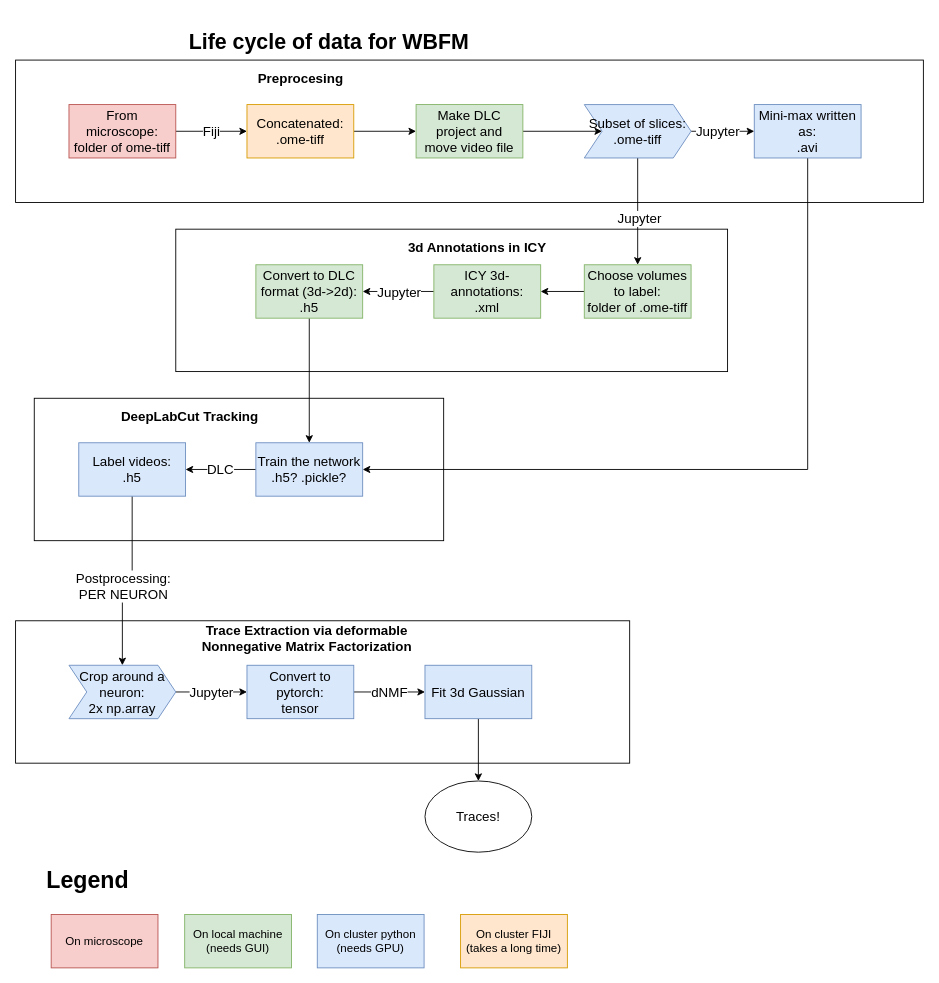
Above: page "WBFM_data" (2 of 2) of docs/Lifecycle_of_data_WBFM.drawio in ch9nuk9/wbfm (draw.io), before the change. Source tidied: cells renumbered, new cells numbered last; positions are measured from the earlier drawing's top-left corner, leaving out a move shared by most shapes. Both pictures are drawn from the tidied source at 89%, with x=0, y=0 at pixel (15, 24).
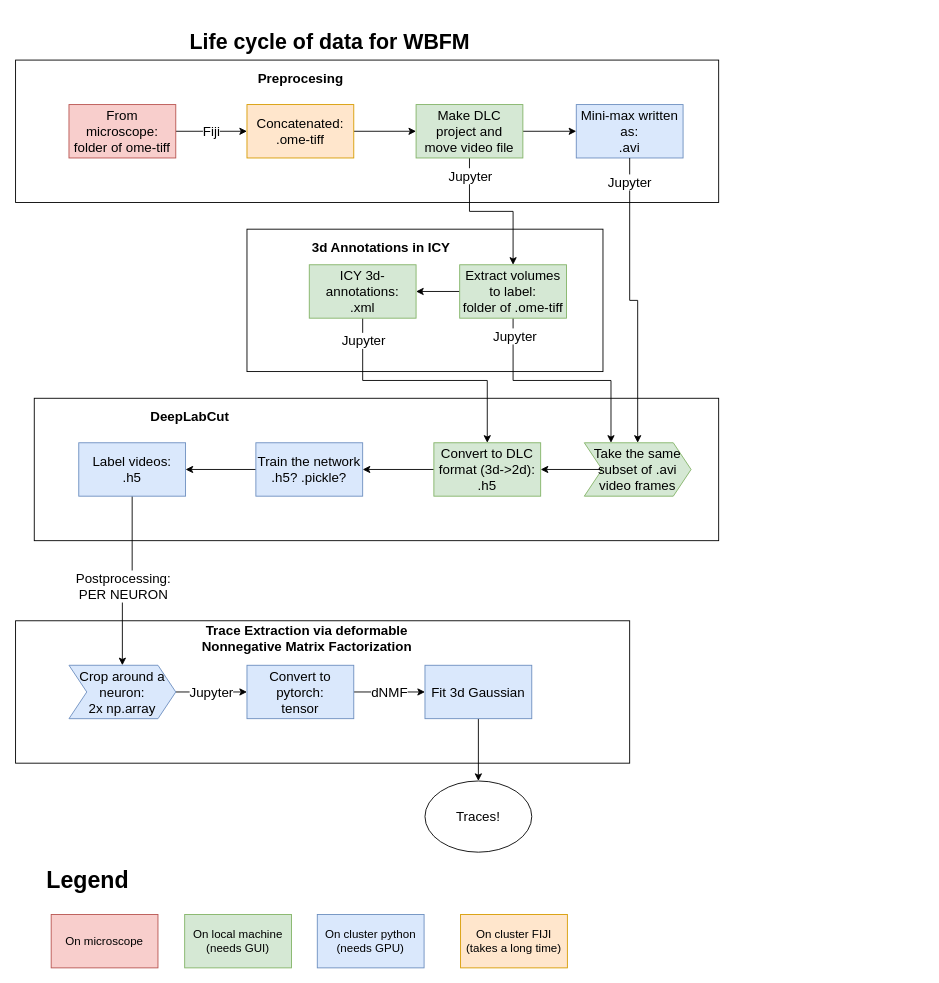
Above is the later version.

Commit message (it also covers changes not shown here):
Fix synchronization of 3d and 2d training data files

The change refers to these unchanged cells:
```xml
<mxCell id="17" value="Train the network&lt;br style=&quot;font-size: 15px;&quot;&gt;.h5? .pickle?" style="whiteSpace=wrap;html=1;rounded=0;fillColor=#dae8fc;strokeColor=#6c8ebf;fontSize=15;" parent="1" vertex="1">
  <mxGeometry x="270" y="470" width="120" height="60" as="geometry" />
</mxCell>
<mxCell id="20" value="Label videos:&lt;br style=&quot;font-size: 15px;&quot;&gt;.h5" style="whiteSpace=wrap;html=1;rounded=0;fillColor=#dae8fc;strokeColor=#6c8ebf;fontSize=15;" parent="1" vertex="1">
  <mxGeometry x="71" y="470" width="120" height="60" as="geometry" />
</mxCell>
<mxCell id="47" value="Make DLC project and&lt;br&gt;move video file" style="whiteSpace=wrap;html=1;rounded=0;fillColor=#d5e8d4;strokeColor=#82b366;fontSize=15;" parent="1" vertex="1">
  <mxGeometry x="450" y="90" width="120" height="60" as="geometry" />
</mxCell>
```

What changed in the source:
```diff
@@
     <mxCell id="2" style="rounded=0;whiteSpace=wrap;html=1;fontSize=15;" parent="1" vertex="1">
-      <mxGeometry x="180" y="230" width="620" height="160" as="geometry" />
+      <mxGeometry x="260" y="230" width="400" height="160" as="geometry" />
     </mxCell>
@@
     <mxCell id="5" style="rounded=0;whiteSpace=wrap;html=1;fontSize=15;" parent="1" vertex="1">
-      <mxGeometry x="21" y="420" width="460" height="160" as="geometry" />
+      <mxGeometry x="21" y="420" width="769" height="160" as="geometry" />
     </mxCell>
-    <mxCell id="6" value="&lt;b style=&quot;font-size: 15px;&quot;&gt;DeepLabCut Tracking&lt;/b&gt;" style="text;html=1;strokeColor=none;fillColor=none;align=center;verticalAlign=middle;whiteSpace=wrap;rounded=0;fontSize=15;" parent="1" vertex="1">
+    <mxCell id="6" value="&lt;b style=&quot;font-size: 15px&quot;&gt;DeepLabCut&lt;/b&gt;" style="text;html=1;strokeColor=none;fillColor=none;align=center;verticalAlign=middle;whiteSpace=wrap;rounded=0;fontSize=15;" parent="1" vertex="1">
       <mxGeometry x="111" y="430" width="170" height="20" as="geometry" />
     </mxCell>
     <mxCell id="7" style="rounded=0;whiteSpace=wrap;html=1;" parent="1" vertex="1">
-      <mxGeometry y="40" width="1020" height="160" as="geometry" />
+      <mxGeometry y="40" width="790" height="160" as="geometry" />
     </mxCell>
@@
-    <mxCell id="12" style="edgeStyle=orthogonalEdgeStyle;rounded=0;jettySize=auto;html=1;exitX=0.5;exitY=1;exitDx=0;exitDy=0;entryX=1;entryY=0.5;entryDx=0;entryDy=0;fontSize=15;" parent="1" edge="1" source="13" target="17">
-      <mxGeometry relative="1" as="geometry" />
-    </mxCell>
     <mxCell id="13" value="Mini-max written as:&lt;br style=&quot;font-size: 15px&quot;&gt;.avi" style="whiteSpace=wrap;html=1;rounded=0;fillColor=#dae8fc;strokeColor=#6c8ebf;fontSize=15;" parent="1" vertex="1">
-      <mxGeometry x="830" y="90" width="120" height="60" as="geometry" />
+      <mxGeometry x="630" y="90" width="120" height="60" as="geometry" />
     </mxCell>
     <mxCell id="14" value="&lt;h1&gt;Life cycle of data for WBFM&lt;/h1&gt;&lt;p&gt;&lt;br&gt;&lt;/p&gt;" style="text;html=1;strokeColor=none;fillColor=none;spacing=5;spacingTop=-20;whiteSpace=wrap;overflow=hidden;rounded=0;" parent="1" vertex="1">
-      <mxGeometry x="190" width="400" height="40" as="geometry" />
+      <mxGeometry x="191" width="400" height="40" as="geometry" />
     </mxCell>
@@
-    <mxCell id="16" value="DLC" style="edgeStyle=orthogonalEdgeStyle;rounded=0;jettySize=auto;html=1;fontSize=15;" parent="1" edge="1" source="17" target="20">
+    <mxCell id="16" style="edgeStyle=orthogonalEdgeStyle;rounded=0;jettySize=auto;html=1;fontSize=15;" parent="1" edge="1" source="17" target="20">
       <mxGeometry relative="1" as="geometry" />
     </mxCell>
@@
-    <mxCell id="33" style="edgeStyle=orthogonalEdgeStyle;rounded=0;jettySize=auto;html=1;exitX=1;exitY=0.5;exitDx=0;exitDy=0;" parent="1" edge="1" source="37" target="13">
-      <mxGeometry relative="1" as="geometry" />
-    </mxCell>
-    <mxCell id="34" value="&lt;font style=&quot;font-size: 15px&quot;&gt;Jupyter&lt;/font&gt;" style="edgeLabel;html=1;align=center;verticalAlign=middle;" parent="33" vertex="1">
-      <mxGeometry x="-0.26" relative="1" as="geometry">
-        <mxPoint x="3" y="-1" as="offset" />
-      </mxGeometry>
-    </mxCell>
-    <mxCell id="35" style="edgeStyle=orthogonalEdgeStyle;rounded=0;jettySize=auto;html=1;exitX=0.5;exitY=1;exitDx=0;exitDy=0;fontSize=15;" parent="1" edge="1" source="37" target="45">
-      <mxGeometry relative="1" as="geometry" />
-    </mxCell>
-    <mxCell id="36" value="Jupyter" style="edgeLabel;html=1;align=center;verticalAlign=middle;fontSize=15;" parent="35" vertex="1">
-      <mxGeometry x="0.11" y="1" relative="1" as="geometry" />
-    </mxCell>
-    <mxCell id="37" value="Subset of slices:&lt;br&gt;.ome-tiff" style="shape=step;perimeter=stepPerimeter;whiteSpace=wrap;html=1;fixedSize=1;fontFamily=Helvetica;fontSize=15;align=center;strokeColor=#6c8ebf;fillColor=#dae8fc;" parent="1" vertex="1">
-      <mxGeometry x="639" y="90" width="120" height="60" as="geometry" />
-    </mxCell>
-    <mxCell id="38" style="edgeStyle=orthogonalEdgeStyle;rounded=0;jettySize=auto;html=1;fontSize=15;" parent="1" edge="1" source="40" target="43">
+    <mxCell id="38" style="edgeStyle=orthogonalEdgeStyle;rounded=0;jettySize=auto;html=1;exitX=0.5;exitY=1;exitDx=0;exitDy=0;fontSize=15;" parent="1" edge="1" source="40" target="43">
       <mxGeometry relative="1" as="geometry" />
     </mxCell>
-    <mxCell id="39" value="Jupyter" style="edgeLabel;html=1;align=center;verticalAlign=middle;fontSize=15;" parent="38" vertex="1">
-      <mxGeometry x="0.27" relative="1" as="geometry">
-        <mxPoint x="11.9" as="offset" />
-      </mxGeometry>
-    </mxCell>
+    <mxCell id="48" value="Jupyter" style="edgeLabel;html=1;align=center;verticalAlign=middle;fontSize=15;" parent="38" vertex="1">
+      <mxGeometry x="-0.83" relative="1" as="geometry" />
+    </mxCell>
     <mxCell id="40" value="ICY 3d-annotations:&lt;br style=&quot;font-size: 15px&quot;&gt;.xml" style="whiteSpace=wrap;html=1;rounded=0;fillColor=#d5e8d4;strokeColor=#82b366;fontSize=15;" parent="1" vertex="1">
-      <mxGeometry x="470" y="270" width="120" height="60" as="geometry" />
+      <mxGeometry x="330" y="270" width="120" height="60" as="geometry" />
     </mxCell>
     <mxCell id="41" value="&lt;b style=&quot;font-size: 15px&quot;&gt;3d Annotations in ICY&lt;/b&gt;" style="text;html=1;strokeColor=none;fillColor=none;align=center;verticalAlign=middle;whiteSpace=wrap;rounded=0;fontSize=15;" parent="1" vertex="1">
-      <mxGeometry x="428" y="240" width="182" height="20" as="geometry" />
+      <mxGeometry x="320" y="240" width="182" height="20" as="geometry" />
     </mxCell>
-    <mxCell id="42" style="edgeStyle=orthogonalEdgeStyle;rounded=0;jettySize=auto;html=1;exitX=0.5;exitY=1;exitDx=0;exitDy=0;fontSize=15;" parent="1" edge="1" source="43" target="17">
+    <mxCell id="42" style="edgeStyle=orthogonalEdgeStyle;rounded=0;jettySize=auto;html=1;exitX=0;exitY=0.5;exitDx=0;exitDy=0;fontSize=15;" parent="1" edge="1" source="43" target="17">
       <mxGeometry relative="1" as="geometry" />
     </mxCell>
     <mxCell id="43" value="Convert to DLC format (3d-&amp;gt;2d):&lt;br&gt;.h5" style="whiteSpace=wrap;html=1;rounded=0;fillColor=#d5e8d4;strokeColor=#82b366;fontSize=15;" parent="1" vertex="1">
-      <mxGeometry x="270" y="270" width="120" height="60" as="geometry" />
+      <mxGeometry x="470" y="470" width="120" height="60" as="geometry" />
     </mxCell>
@@
+    <mxCell id="49" style="edgeStyle=orthogonalEdgeStyle;rounded=0;jettySize=auto;html=1;exitX=0.5;exitY=1;exitDx=0;exitDy=0;entryX=0.25;entryY=0;entryDx=0;entryDy=0;fontSize=15;" parent="1" edge="1" source="45" target="55">
+      <mxGeometry relative="1" as="geometry" />
+    </mxCell>
+    <mxCell id="50" value="Jupyter" style="edgeLabel;html=1;align=center;verticalAlign=middle;fontSize=15;" parent="49" vertex="1">
+      <mxGeometry x="0.84" relative="1" as="geometry">
+        <mxPoint x="-109" y="-100.3" as="offset" />
+      </mxGeometry>
+    </mxCell>
-    <mxCell id="45" value="Choose volumes to label:&lt;br&gt;folder of .ome-tiff" style="whiteSpace=wrap;html=1;rounded=0;fillColor=#d5e8d4;strokeColor=#82b366;fontSize=15;" parent="1" vertex="1">
-      <mxGeometry x="639" y="270" width="120" height="60" as="geometry" />
+    <mxCell id="45" value="Extract volumes to label:&lt;br&gt;folder of .ome-tiff" style="whiteSpace=wrap;html=1;rounded=0;fillColor=#d5e8d4;strokeColor=#82b366;fontSize=15;" parent="1" vertex="1">
+      <mxGeometry x="499" y="270" width="120" height="60" as="geometry" />
     </mxCell>
-    <mxCell id="46" style="edgeStyle=orthogonalEdgeStyle;rounded=0;jettySize=auto;html=1;exitX=1;exitY=0.5;exitDx=0;exitDy=0;entryX=0;entryY=0.5;entryDx=0;entryDy=0;fontSize=15;" parent="1" edge="1" source="47" target="37">
-      <mxGeometry relative="1" as="geometry" />
-    </mxCell>
+    <mxCell id="51" style="edgeStyle=orthogonalEdgeStyle;rounded=0;jettySize=auto;html=1;fontSize=15;" parent="1" edge="1" source="47" target="13">
+      <mxGeometry relative="1" as="geometry" />
+    </mxCell>
+    <mxCell id="52" style="edgeStyle=orthogonalEdgeStyle;rounded=0;jettySize=auto;html=1;exitX=0.5;exitY=1;exitDx=0;exitDy=0;fontSize=15;" parent="1" edge="1" source="47" target="45">
+      <mxGeometry relative="1" as="geometry" />
+    </mxCell>
+    <mxCell id="53" value="Jupyter" style="edgeLabel;html=1;align=center;verticalAlign=middle;fontSize=15;" parent="52" vertex="1">
+      <mxGeometry x="-0.77" relative="1" as="geometry" />
+    </mxCell>
@@
+    <mxCell id="54" style="edgeStyle=orthogonalEdgeStyle;rounded=0;jettySize=auto;html=1;exitX=0;exitY=0.5;exitDx=0;exitDy=0;fontSize=15;" parent="1" edge="1" source="55" target="43">
+      <mxGeometry relative="1" as="geometry" />
+    </mxCell>
+    <mxCell id="55" value="Take the same subset of .avi video frames" style="shape=step;perimeter=stepPerimeter;whiteSpace=wrap;html=1;fixedSize=1;fontFamily=Helvetica;fontSize=15;align=center;strokeColor=#82b366;fillColor=#d5e8d4;" parent="1" vertex="1">
+      <mxGeometry x="639" y="470" width="120" height="60" as="geometry" />
+    </mxCell>
+    <mxCell id="56" style="edgeStyle=orthogonalEdgeStyle;rounded=0;jettySize=auto;html=1;exitX=0.5;exitY=1;exitDx=0;exitDy=0;entryX=0.5;entryY=0;entryDx=0;entryDy=0;fontSize=15;" parent="1" edge="1" source="13" target="55">
+      <mxGeometry relative="1" as="geometry" />
+    </mxCell>
+    <mxCell id="57" value="Jupyter" style="edgeLabel;html=1;align=center;verticalAlign=middle;fontSize=15;" parent="56" vertex="1">
+      <mxGeometry x="-0.84" y="-1" relative="1" as="geometry" />
+    </mxCell>
```
